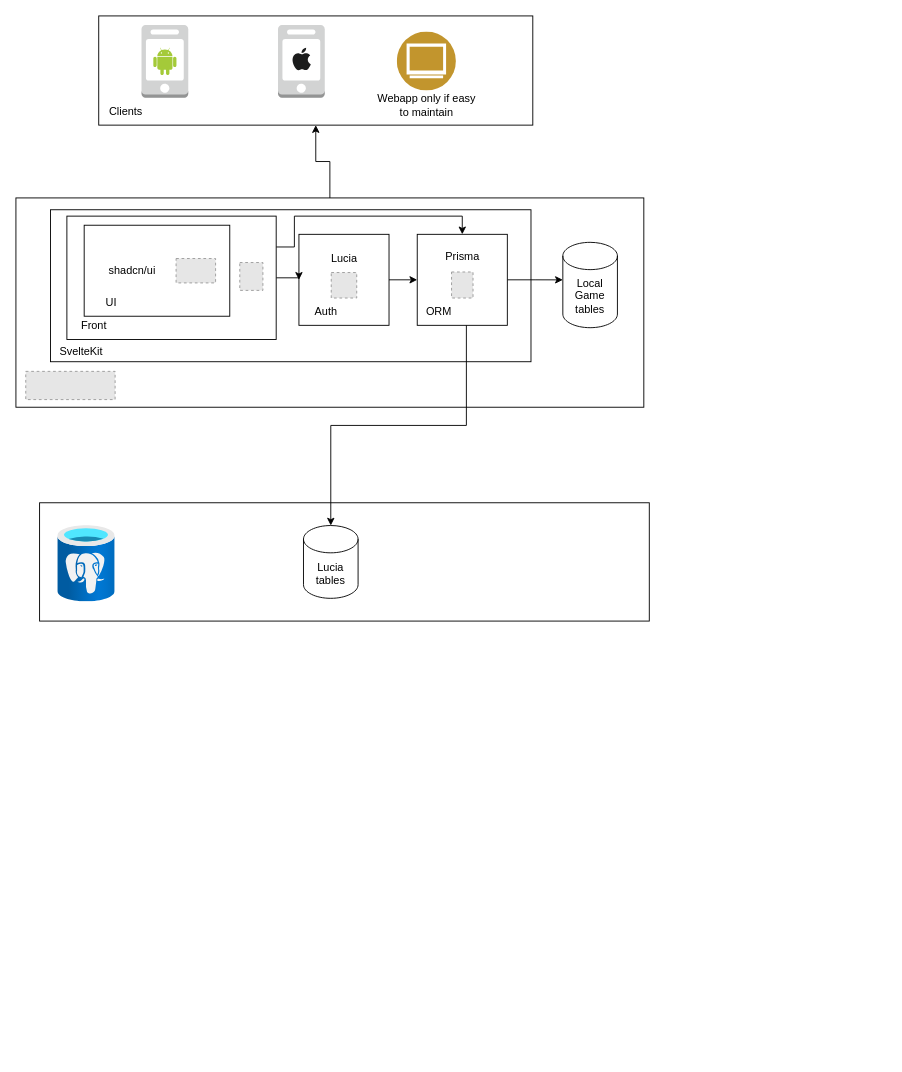
Earlier version of the draw.io diagram flash-invaders-v2.drawio (IT-ess/flash-invaders-v2). Source tidied: cells renumbered, new cells numbered last; positions are measured from the earlier drawing's top-left corner, leaving out a move shared by most shapes. Both pictures are drawn from the tidied source at 91%, with x=0, y=0 at pixel (15, 15). Pictures stored in the file or linked from it are replaced by grey dashed boxes.
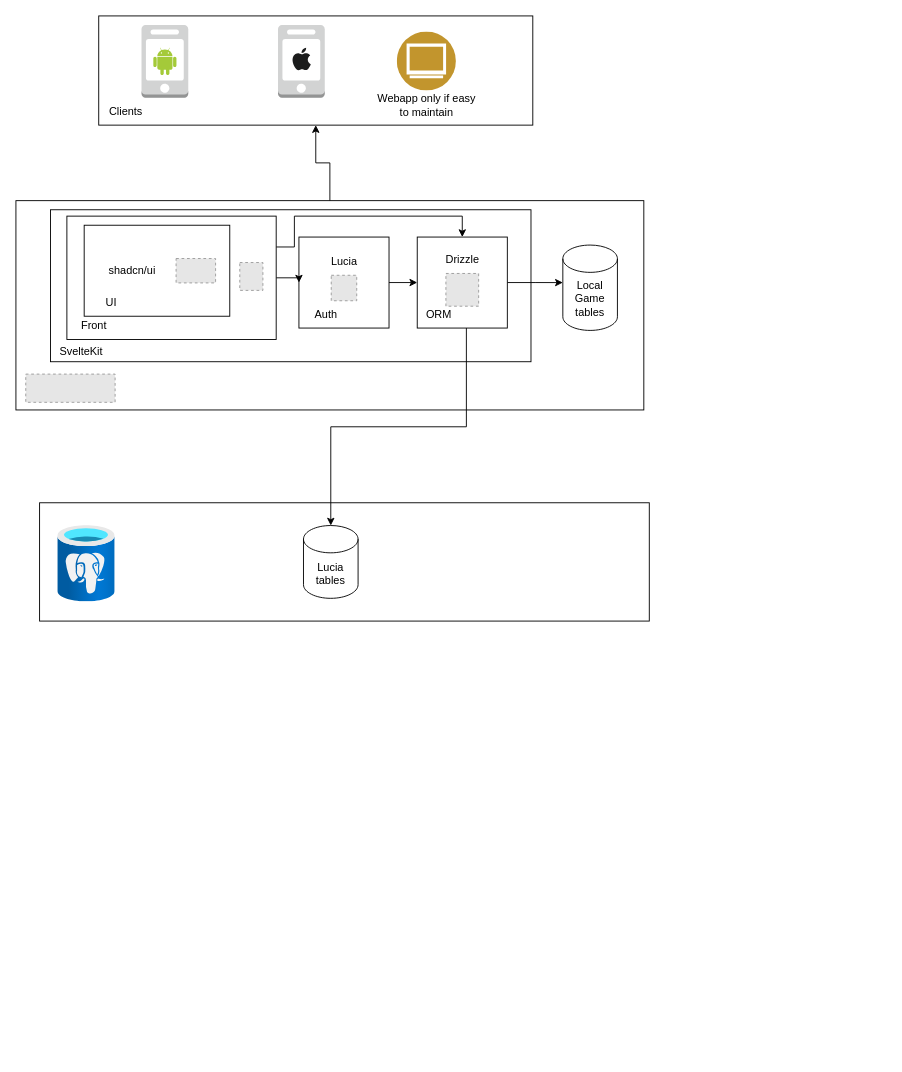
Above is the later version.

Change to the diagram source:
```diff
@@
     <mxCell id="3" style="group;" parent="1" vertex="1">
-      <mxGeometry y="200" width="955.7" height="940" as="geometry" />
+      <mxGeometry y="203" width="955.7" height="940" as="geometry" />
     </mxCell>
@@
     <mxCell id="14" style="group;" parent="3" vertex="1">
-      <mxGeometry x="435" y="40" width="105" height="100" as="geometry" />
+      <mxGeometry x="435" y="40" width="137" height="126" as="geometry" />
     </mxCell>
@@
-    <mxCell id="17" value="Prisma" style="text;html=1;align=center;verticalAlign=middle;whiteSpace=wrap;rounded=0;" parent="14" vertex="1">
+    <mxCell id="17" value="Drizzle" style="text;html=1;align=center;verticalAlign=middle;whiteSpace=wrap;rounded=0;" parent="14" vertex="1">
       <mxGeometry x="25.5" y="10" width="60" height="30" as="geometry" />
     </mxCell>
-    <mxCell id="18" style="fillColor=#E6E6E6;strokeColor=#999999;dashed=1;verticalLabelPosition=bottom;labelBackgroundColor=default;verticalAlign=top;" parent="14" vertex="1">
-      <mxGeometry x="43.7" y="41.4" width="23.6" height="28.6" as="geometry" />
-    </mxCell>
+    <mxCell id="43" style="fillColor=#E6E6E6;strokeColor=#999999;dashed=1;verticalLabelPosition=bottom;labelBackgroundColor=default;verticalAlign=top;" parent="14" vertex="1">
+      <mxGeometry x="37.5" y="40" width="36" height="36" as="geometry" />
+    </mxCell>
```
